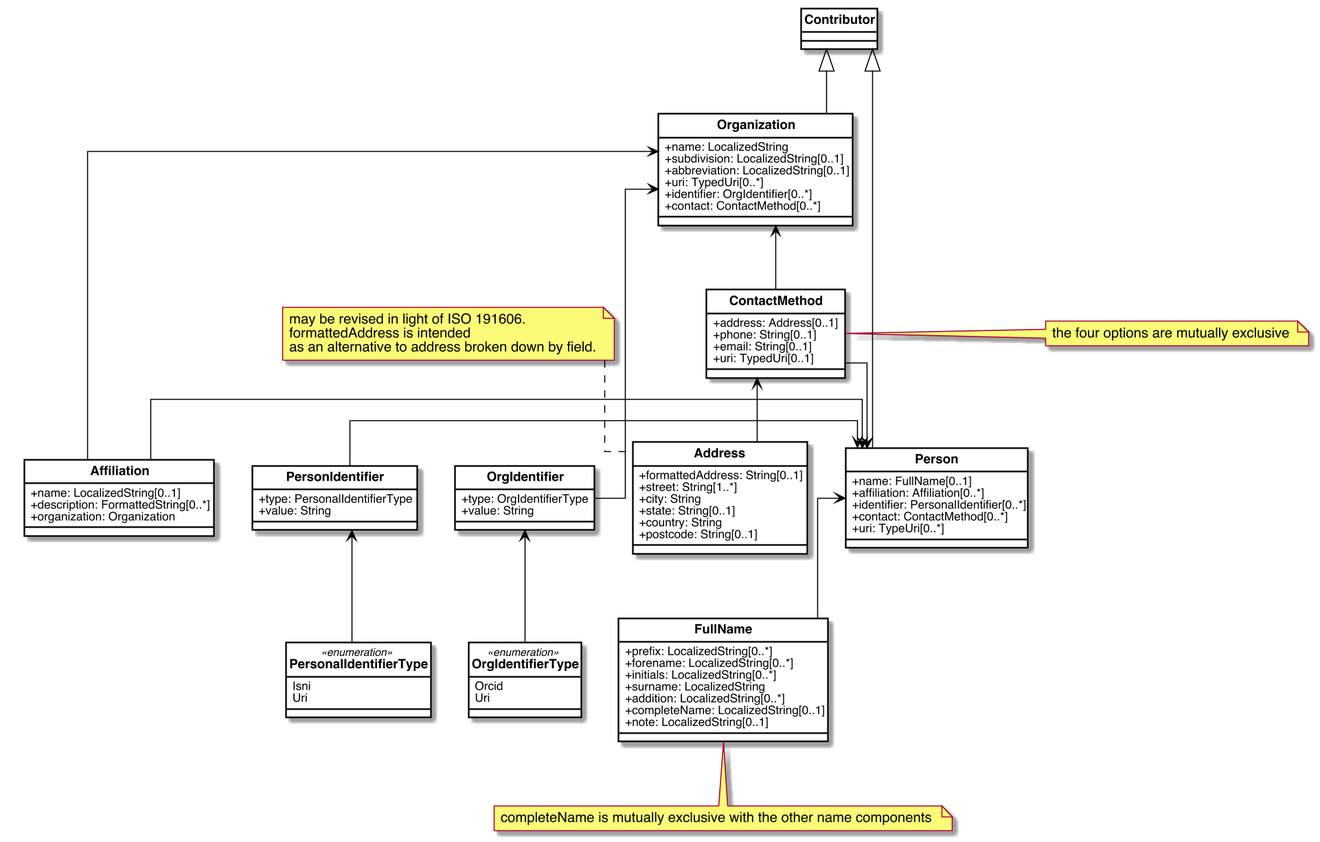
Earlier version of the PlantUML export images/RelBib_Contributor.png (relaton/relaton-models).
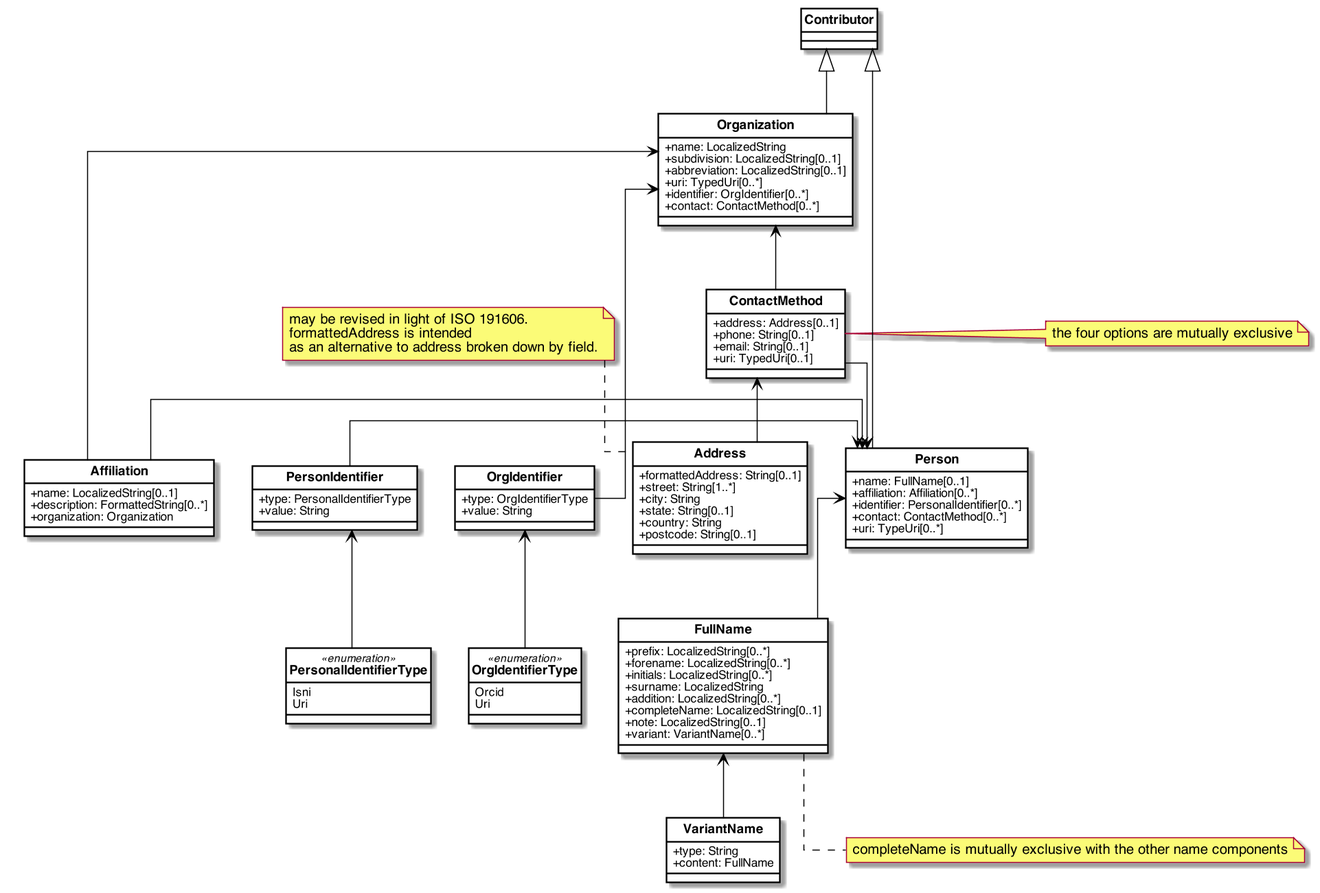
Above is the later version.

Diff of the diagram source:
```diff
@@ -114,6 +114,12 @@
         +addition: LocalizedString[0..*]
         +completeName: LocalizedString[0..1]
         +note: LocalizedString[0..1]
+        +variant: VariantName[0..*]
+    }
+
+    class VariantName{
+       +type: String
+       +content: FullName
     }
 
     enum OrgIdentifierType <<enumeration>>{
@@ -147,4 +153,6 @@
 Organization <-- OrgIdentifier
 OrgIdentifier <-- OrgIdentifierType
 
+FullName <-- VariantName
+
 @enduml
```
